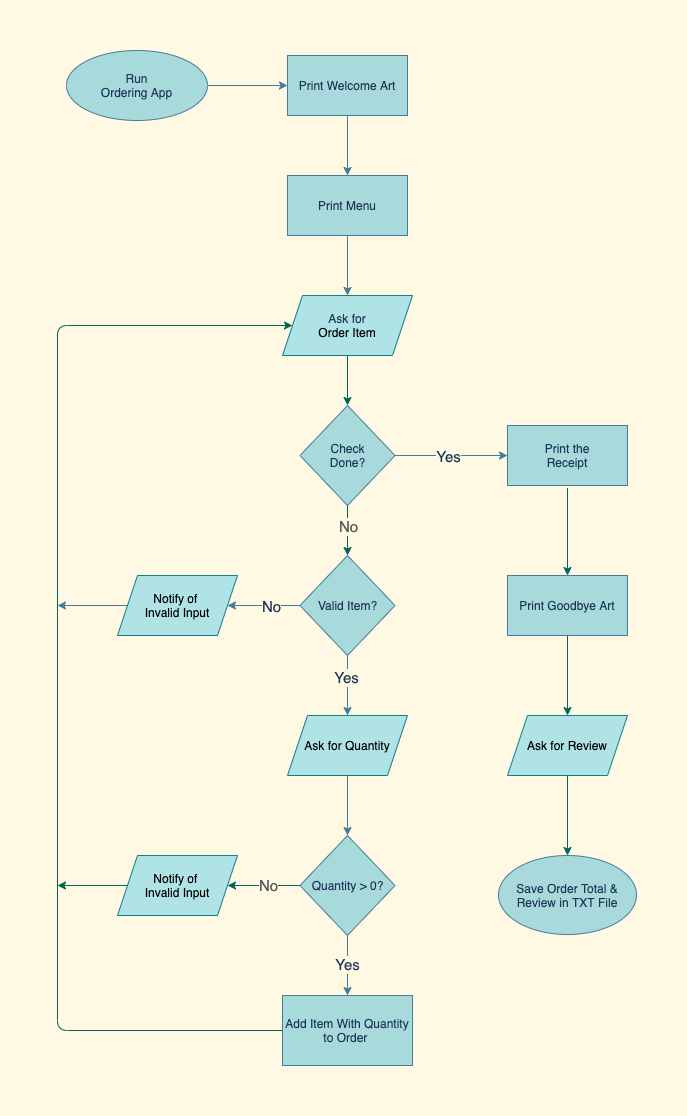
The draw.io diagram docs/flowchart.png in samhammond87/ruby-terminal-ordering-app, before a commit. Source tidied: cells renumbered, new cells last; positions are measured from the earlier drawing's top-left corner, leaving out a move shared by most shapes.
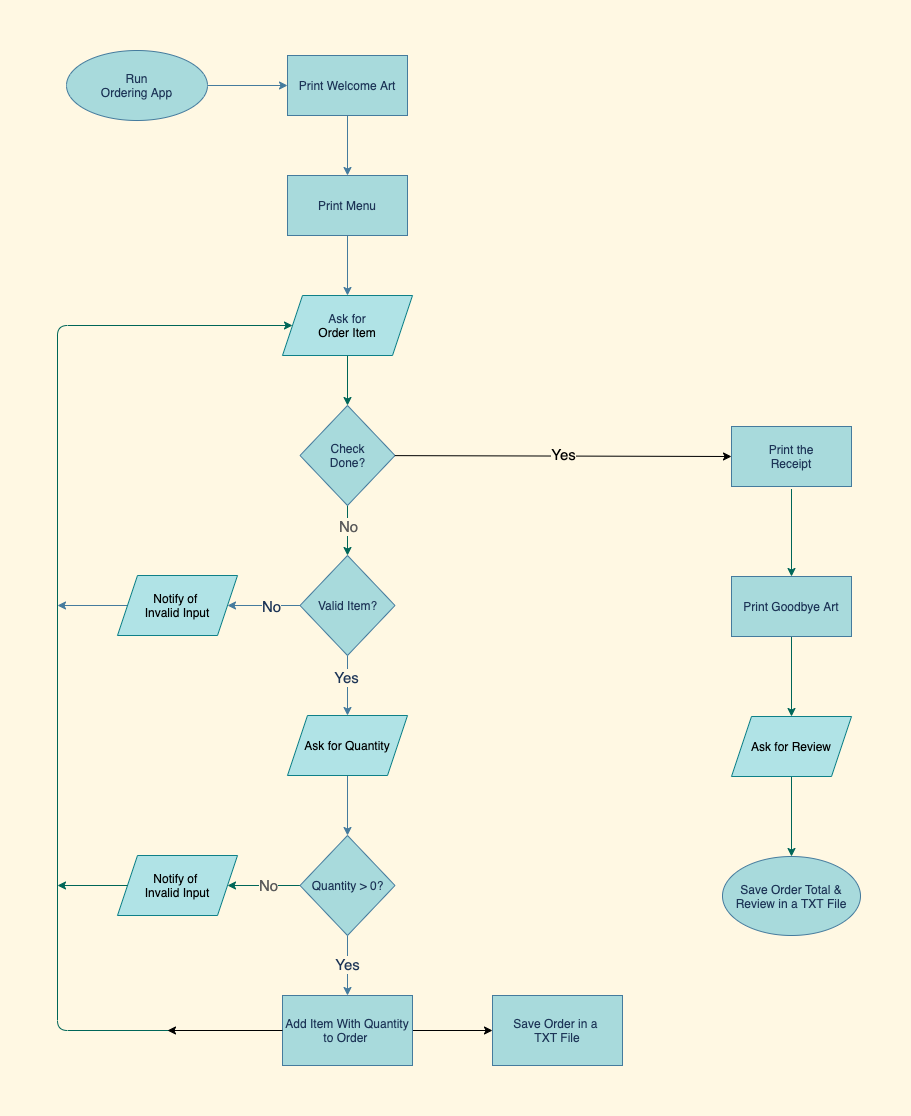
Later version of the same file.

Commit message:
flowchart improved

The edit, as a diff of the source:
```diff
@@ -37,14 +37,6 @@
     <mxCell id="12" value="Valid Item?" style="rhombus;whiteSpace=wrap;html=1;fillColor=#A8DADC;strokeColor=#457B9D;fontColor=#1D3557;" parent="1" vertex="1">
       <mxGeometry x="242.5" y="505" width="95" height="100" as="geometry" />
     </mxCell>
-    <mxCell id="13" style="edgeStyle=orthogonalEdgeStyle;jettySize=auto;html=1;labelBackgroundColor=#F1FAEE;strokeColor=#457B9D;fontColor=#1D3557;exitX=1;exitY=0.5;exitDx=0;exitDy=0;entryX=0;entryY=0.5;entryDx=0;entryDy=0;" parent="1" edge="1" source="32" target="36">
-      <mxGeometry relative="1" as="geometry" />
-    </mxCell>
-    <mxCell id="14" value="&lt;span style=&quot;background-color: rgb(255 , 248 , 227)&quot;&gt;Yes&lt;/span&gt;" style="edgeLabel;html=1;align=center;verticalAlign=middle;labelBackgroundColor=#F1FAEE;fontColor=#1D3557;fontSize=15;" parent="13" vertex="1">
-      <mxGeometry x="-0.14" y="-2" relative="1" as="geometry">
-        <mxPoint x="4.5" y="-2" as="offset" />
-      </mxGeometry>
-    </mxCell>
     <mxCell id="15" style="edgeStyle=orthogonalEdgeStyle;jettySize=auto;html=1;labelBackgroundColor=#F1FAEE;strokeColor=#457B9D;fontColor=#1D3557;exitX=0.5;exitY=1;exitDx=0;exitDy=0;" parent="1" edge="1" source="26" target="20">
       <mxGeometry relative="1" as="geometry" />
     </mxCell>
@@ -65,6 +57,9 @@
     <mxCell id="20" value="Quantity &amp;gt; 0?" style="rhombus;whiteSpace=wrap;html=1;fillColor=#A8DADC;strokeColor=#457B9D;fontColor=#1D3557;" parent="1" vertex="1">
       <mxGeometry x="242.5" y="785" width="95" height="100" as="geometry" />
     </mxCell>
+    <mxCell id="40" style="edgeStyle=orthogonalEdgeStyle;rounded=0;jettySize=auto;html=1;" parent="1" edge="1" source="21" target="41">
+      <mxGeometry relative="1" as="geometry" />
+    </mxCell>
     <mxCell id="21" value="Add Item With Quantity to Order&amp;nbsp;" style="whiteSpace=wrap;html=1;fillColor=#A8DADC;strokeColor=#457B9D;fontColor=#1D3557;" parent="1" vertex="1">
       <mxGeometry x="225" y="945" width="130" height="70" as="geometry" />
     </mxCell>
@@ -88,10 +83,10 @@
     <mxCell id="27" value="Notify of &lt;br&gt;Invalid Input" style="shape=parallelogram;perimeter=parallelogramPerimeter;whiteSpace=wrap;html=1;fixedSize=1;fillColor=#b0e3e6;strokeColor=#0e8088;" parent="1" vertex="1">
       <mxGeometry x="60" y="805" width="120" height="60" as="geometry" />
     </mxCell>
-    <mxCell id="28" style="edgeStyle=orthogonalEdgeStyle;jettySize=auto;html=1;strokeColor=#006658;fillColor=#21C0A5;fontSize=15;fontColor=#5C5C5C;exitX=0;exitY=0.5;exitDx=0;exitDy=0;entryX=0;entryY=0.5;entryDx=0;entryDy=0;" parent="1" edge="1" source="21" target="24">
+    <mxCell id="28" style="edgeStyle=orthogonalEdgeStyle;jettySize=auto;html=1;strokeColor=#006658;fillColor=#21C0A5;fontSize=15;fontColor=#5C5C5C;entryX=0;entryY=0.5;entryDx=0;entryDy=0;" parent="1" edge="1" target="24">
       <mxGeometry relative="1" as="geometry">
+        <mxPoint x="113" y="980" as="sourcePoint" />
         <Array as="points">
-          <mxPoint y="980" />
           <mxPoint y="275" />
         </Array>
       </mxGeometry>
@@ -114,28 +109,42 @@
     </mxCell>
     <mxCell id="33" style="edgeStyle=orthogonalEdgeStyle;jettySize=auto;html=1;strokeColor=#006658;fillColor=#21C0A5;fontSize=15;fontColor=#5C5C5C;exitX=0.5;exitY=1;exitDx=0;exitDy=0;entryX=0.5;entryY=0;entryDx=0;entryDy=0;" parent="1" edge="1" target="35">
       <mxGeometry relative="1" as="geometry">
-        <mxPoint x="510" y="437.5" as="sourcePoint" />
+        <mxPoint x="734" y="438.5" as="sourcePoint" />
       </mxGeometry>
     </mxCell>
     <mxCell id="34" style="edgeStyle=orthogonalEdgeStyle;jettySize=auto;html=1;strokeColor=#006658;fillColor=#21C0A5;fontSize=15;fontColor=#5C5C5C;" parent="1" edge="1" source="35">
       <mxGeometry relative="1" as="geometry">
-        <mxPoint x="510" y="665" as="targetPoint" />
+        <mxPoint x="734" y="666" as="targetPoint" />
       </mxGeometry>
     </mxCell>
     <mxCell id="35" value="Print Goodbye Art" style="whiteSpace=wrap;html=1;fillColor=#A8DADC;strokeColor=#457B9D;fontColor=#1D3557;" parent="1" vertex="1">
-      <mxGeometry x="450" y="525" width="120" height="60" as="geometry" />
+      <mxGeometry x="674" y="526" width="120" height="60" as="geometry" />
     </mxCell>
     <mxCell id="36" value="Print the&lt;br&gt;Receipt" style="whiteSpace=wrap;html=1;fillColor=#A8DADC;strokeColor=#457B9D;fontColor=#1D3557;" parent="1" vertex="1">
-      <mxGeometry x="450" y="375" width="120" height="60" as="geometry" />
+      <mxGeometry x="674" y="376" width="120" height="60" as="geometry" />
     </mxCell>
     <mxCell id="37" style="edgeStyle=orthogonalEdgeStyle;jettySize=auto;html=1;strokeColor=#006658;fillColor=#21C0A5;fontSize=15;fontColor=#5C5C5C;" parent="1" edge="1" source="38" target="39">
       <mxGeometry relative="1" as="geometry" />
     </mxCell>
     <mxCell id="38" value="Ask for Review" style="shape=parallelogram;perimeter=parallelogramPerimeter;whiteSpace=wrap;html=1;fixedSize=1;fillColor=#b0e3e6;strokeColor=#0e8088;" parent="1" vertex="1">
-      <mxGeometry x="450" y="665" width="120" height="60" as="geometry" />
+      <mxGeometry x="674" y="666" width="120" height="60" as="geometry" />
     </mxCell>
-    <mxCell id="39" value="Save Order Total &amp;amp; Review in TXT File" style="ellipse;whiteSpace=wrap;html=1;fillColor=#A8DADC;strokeColor=#457B9D;fontColor=#1D3557;" parent="1" vertex="1">
-      <mxGeometry x="441" y="805" width="138" height="79" as="geometry" />
+    <mxCell id="39" value="Save Order Total &amp;amp; Review in a TXT File" style="ellipse;whiteSpace=wrap;html=1;fillColor=#A8DADC;strokeColor=#457B9D;fontColor=#1D3557;" parent="1" vertex="1">
+      <mxGeometry x="665" y="806" width="138" height="79" as="geometry" />
     </mxCell>
+    <mxCell id="41" value="Save Order in a &lt;br&gt;TXT File" style="whiteSpace=wrap;html=1;fillColor=#A8DADC;strokeColor=#457B9D;fontColor=#1D3557;" parent="1" vertex="1">
+      <mxGeometry x="435" y="945" width="130" height="70" as="geometry" />
+    </mxCell>
+    <mxCell id="42" style="endArrow=classic;html=1;exitX=0;exitY=0.5;exitDx=0;exitDy=0;" parent="1" edge="1" source="21">
+      <mxGeometry relative="1" as="geometry">
+        <mxPoint x="110" y="980" as="targetPoint" />
+      </mxGeometry>
+    </mxCell>
+    <mxCell id="13" style="endArrow=classic;html=1;entryX=0;entryY=0.5;entryDx=0;entryDy=0;" parent="1" edge="1" source="32" target="36">
+      <mxGeometry relative="1" as="geometry" />
+    </mxCell>
+    <mxCell id="14" value="Yes" style="edgeLabel;html=1;align=center;verticalAlign=middle;fontSize=15;labelBackgroundColor=#FFF8E3;" parent="13" vertex="1">
+      <mxGeometry y="2" relative="1" as="geometry" />
+    </mxCell>
   </root>
 </mxGraphModel>
```
